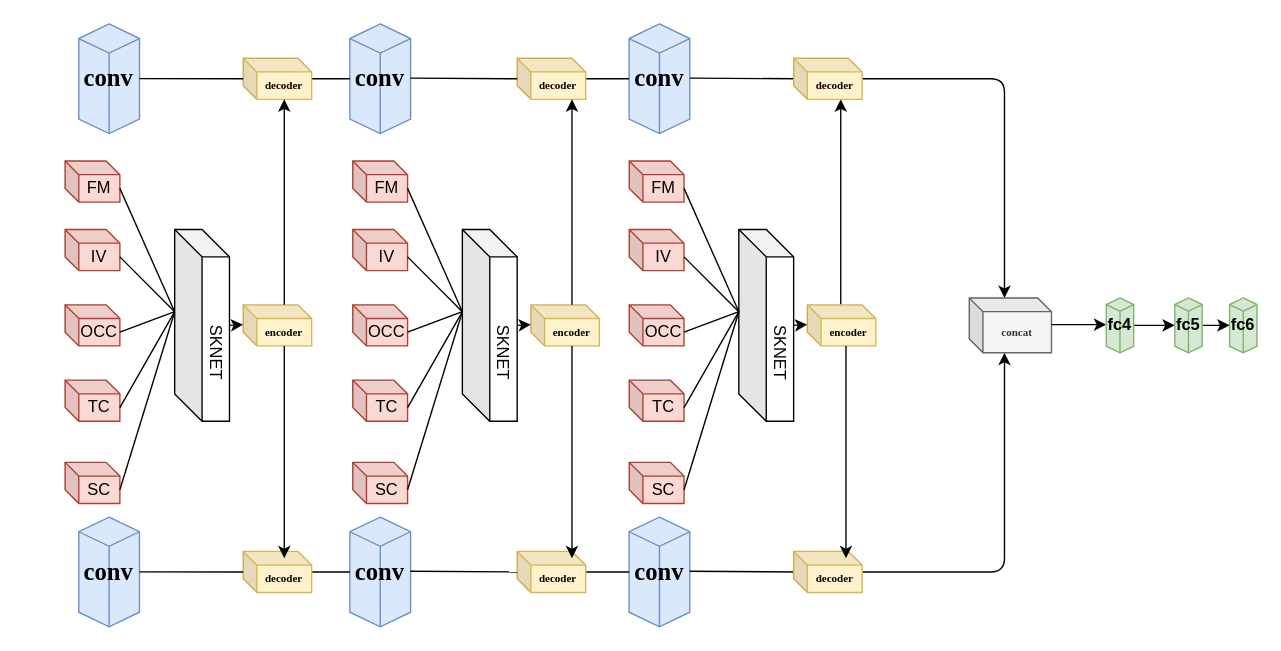
Earlier version of the draw.io diagram 一些论文/未命名绘图.drawio (yangmengmeng1997/dVectorSpeakerRecognition). Source tidied: cells renumbered, new cells numbered last; positions are measured from the earlier drawing's top-left corner, leaving out a move shared by most shapes. Both pictures are drawn from the tidied source at 137%, with x=0, y=0 at pixel (64, 23).
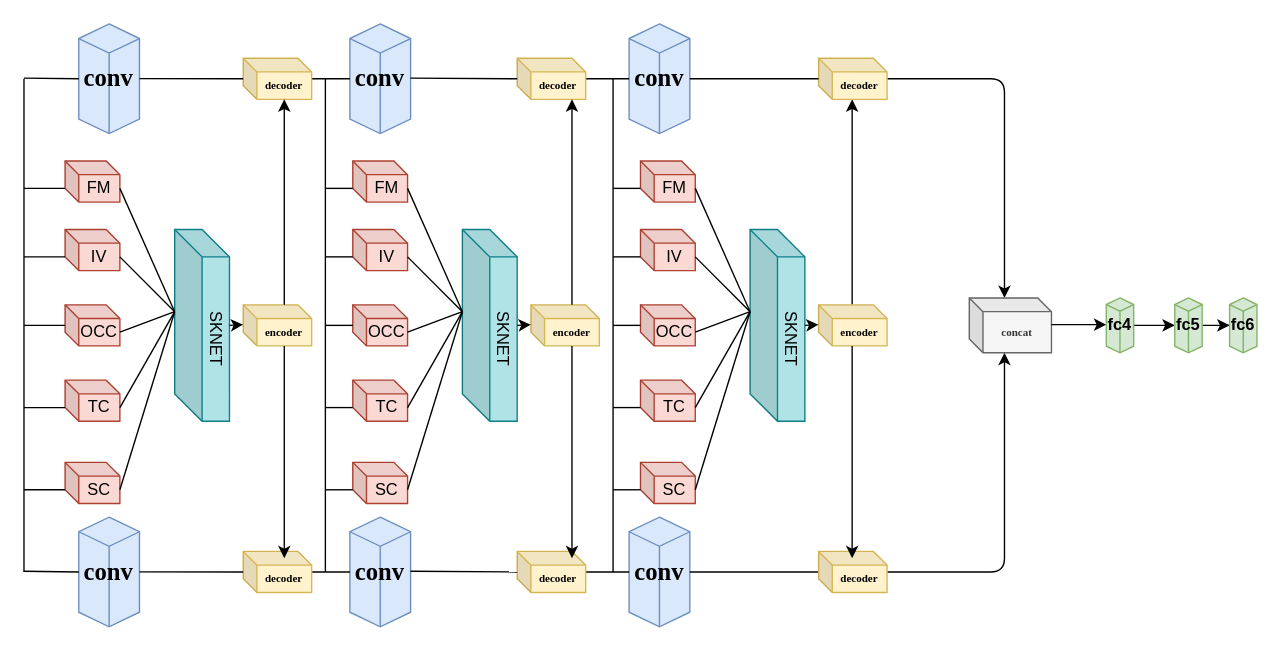
After the change.

Commit message (it also covers changes not shown here):
更新未命名绘图.drawio

The change refers to these unchanged cells:
```xml
<mxCell id="2" value="&lt;h2&gt;&lt;font face=&quot;Times New Roman&quot;&gt;conv&lt;/font&gt;&lt;/h2&gt;" style="whiteSpace=wrap;html=1;shape=mxgraph.basic.isocube;isoAngle=15;direction=east;fillColor=#dae8fc;strokeColor=#6c8ebf;" parent="1" vertex="1">
  <mxGeometry x="10" width="44.3" height="80" as="geometry" />
</mxCell>
<mxCell id="5" value="&lt;h2&gt;&lt;font face=&quot;Times New Roman&quot;&gt;conv&lt;/font&gt;&lt;/h2&gt;" style="whiteSpace=wrap;html=1;shape=mxgraph.basic.isocube;isoAngle=15;direction=east;fillColor=#dae8fc;strokeColor=#6c8ebf;" parent="1" vertex="1">
  <mxGeometry x="411.7" width="44.3" height="80" as="geometry" />
</mxCell>
<mxCell id="11" value="&lt;h2&gt;&lt;font face=&quot;Times New Roman&quot;&gt;conv&lt;/font&gt;&lt;/h2&gt;" style="whiteSpace=wrap;html=1;shape=mxgraph.basic.isocube;isoAngle=15;direction=east;fillColor=#dae8fc;strokeColor=#6c8ebf;" parent="1" vertex="1">
  <mxGeometry x="10" y="360" width="44.3" height="80" as="geometry" />
</mxCell>
<mxCell id="14" value="&lt;h2&gt;&lt;font face=&quot;Times New Roman&quot;&gt;conv&lt;/font&gt;&lt;/h2&gt;" style="whiteSpace=wrap;html=1;shape=mxgraph.basic.isocube;isoAngle=15;direction=east;fillColor=#dae8fc;strokeColor=#6c8ebf;" parent="1" vertex="1">
  <mxGeometry x="411.7" y="360" width="44.3" height="80" as="geometry" />
</mxCell>
```

What changed in the source:
```diff
@@
-    <mxCell id="34" style="shape=cube;whiteSpace=wrap;html=1;boundedLbl=1;backgroundOutline=1;darkOpacity=0.05;darkOpacity2=0.1;" parent="1" vertex="1">
+    <mxCell id="34" style="shape=cube;whiteSpace=wrap;html=1;boundedLbl=1;backgroundOutline=1;darkOpacity=0.05;darkOpacity2=0.1;fillColor=#b0e3e6;strokeColor=#0e8088;" parent="1" vertex="1">
       <mxGeometry x="80" y="150" width="40" height="140" as="geometry" />
     </mxCell>
     <mxCell id="35" value="SKNET" style="text;html=1;strokeColor=none;fillColor=none;align=center;verticalAlign=middle;whiteSpace=wrap;rounded=0;rotation=90;" parent="1" vertex="1">
-      <mxGeometry x="90" y="230" width="40" height="20" as="geometry" />
+      <mxGeometry x="90" y="220" width="40" height="20" as="geometry" />
     </mxCell>
@@
-    <mxCell id="50" style="shape=cube;whiteSpace=wrap;html=1;boundedLbl=1;backgroundOutline=1;darkOpacity=0.05;darkOpacity2=0.1;" parent="1" vertex="1">
+    <mxCell id="50" style="shape=cube;whiteSpace=wrap;html=1;boundedLbl=1;backgroundOutline=1;darkOpacity=0.05;darkOpacity2=0.1;fillColor=#b0e3e6;strokeColor=#0e8088;" parent="1" vertex="1">
       <mxGeometry x="290" y="150" width="40" height="140" as="geometry" />
     </mxCell>
     <mxCell id="51" value="SKNET" style="text;html=1;strokeColor=none;fillColor=none;align=center;verticalAlign=middle;whiteSpace=wrap;rounded=0;rotation=90;" parent="1" vertex="1">
-      <mxGeometry x="300" y="230" width="40" height="20" as="geometry" />
+      <mxGeometry x="300" y="220" width="40" height="20" as="geometry" />
     </mxCell>
@@
     <mxCell id="59" style="endArrow=classic;html=1;" parent="1" edge="1">
       <mxGeometry relative="1" as="geometry">
-        <mxPoint x="566.2" y="205" as="sourcePoint" />
-        <mxPoint x="566.2" y="55" as="targetPoint" />
+        <mxPoint x="574.5" y="205" as="sourcePoint" />
+        <mxPoint x="574.5" y="55" as="targetPoint" />
       </mxGeometry>
     </mxCell>
@@
     <mxCell id="61" value="OCC" style="shape=cube;whiteSpace=wrap;html=1;boundedLbl=1;backgroundOutline=1;darkOpacity=0.05;darkOpacity2=0.1;size=10;fillColor=#fad9d5;strokeColor=#ae4132;" parent="1" vertex="1">
-      <mxGeometry x="411.8" y="205" width="40" height="30" as="geometry" />
+      <mxGeometry x="420" y="205" width="40" height="30" as="geometry" />
     </mxCell>
     <mxCell id="62" value="TC" style="shape=cube;whiteSpace=wrap;html=1;boundedLbl=1;backgroundOutline=1;darkOpacity=0.05;darkOpacity2=0.1;size=10;fillColor=#fad9d5;strokeColor=#ae4132;" parent="1" vertex="1">
-      <mxGeometry x="411.8" y="260" width="40" height="30" as="geometry" />
+      <mxGeometry x="420" y="260" width="40" height="30" as="geometry" />
     </mxCell>
     <mxCell id="63" value="FM" style="shape=cube;whiteSpace=wrap;html=1;boundedLbl=1;backgroundOutline=1;darkOpacity=0.05;darkOpacity2=0.1;size=10;fillColor=#fad9d5;strokeColor=#ae4132;" parent="1" vertex="1">
-      <mxGeometry x="411.8" y="100" width="40" height="30" as="geometry" />
+      <mxGeometry x="420" y="100" width="40" height="30" as="geometry" />
     </mxCell>
     <mxCell id="64" value="IV" style="shape=cube;whiteSpace=wrap;html=1;boundedLbl=1;backgroundOutline=1;darkOpacity=0.05;darkOpacity2=0.1;size=10;fillColor=#fad9d5;strokeColor=#ae4132;" parent="1" vertex="1">
-      <mxGeometry x="411.8" y="150" width="40" height="30" as="geometry" />
+      <mxGeometry x="420" y="150" width="40" height="30" as="geometry" />
     </mxCell>
     <mxCell id="65" value="SC" style="shape=cube;whiteSpace=wrap;html=1;boundedLbl=1;backgroundOutline=1;darkOpacity=0.05;darkOpacity2=0.1;size=10;fillColor=#fad9d5;strokeColor=#ae4132;" parent="1" vertex="1">
-      <mxGeometry x="411.8" y="320" width="40" height="30" as="geometry" />
+      <mxGeometry x="420" y="320" width="40" height="30" as="geometry" />
     </mxCell>
-    <mxCell id="66" style="shape=cube;whiteSpace=wrap;html=1;boundedLbl=1;backgroundOutline=1;darkOpacity=0.05;darkOpacity2=0.1;" parent="1" vertex="1">
-      <mxGeometry x="491.8" y="150" width="40" height="140" as="geometry" />
+    <mxCell id="66" style="shape=cube;whiteSpace=wrap;html=1;boundedLbl=1;backgroundOutline=1;darkOpacity=0.05;darkOpacity2=0.1;fillColor=#b0e3e6;strokeColor=#0e8088;" parent="1" vertex="1">
+      <mxGeometry x="500" y="150" width="40" height="140" as="geometry" />
     </mxCell>
     <mxCell id="67" value="SKNET" style="text;html=1;strokeColor=none;fillColor=none;align=center;verticalAlign=middle;whiteSpace=wrap;rounded=0;rotation=90;" parent="1" vertex="1">
-      <mxGeometry x="501.8" y="230" width="40" height="20" as="geometry" />
+      <mxGeometry x="510" y="220" width="40" height="20" as="geometry" />
     </mxCell>
     <mxCell id="68" style="endArrow=none;html=1;entryX=0;entryY=0;entryDx=0;entryDy=60;entryPerimeter=0;" parent="1" edge="1" target="66">
       <mxGeometry relative="1" as="geometry">
-        <mxPoint x="451.8" y="120" as="sourcePoint" />
+        <mxPoint x="460" y="120" as="sourcePoint" />
       </mxGeometry>
     </mxCell>
     <mxCell id="69" style="endArrow=none;html=1;entryX=0;entryY=0;entryDx=0;entryDy=60;entryPerimeter=0;" parent="1" edge="1" target="66">
       <mxGeometry relative="1" as="geometry">
-        <mxPoint x="451.8" y="170" as="sourcePoint" />
+        <mxPoint x="460" y="170" as="sourcePoint" />
       </mxGeometry>
     </mxCell>
@@
     <mxCell id="71" style="endArrow=none;html=1;exitX=0;exitY=0;exitDx=40;exitDy=20;exitPerimeter=0;" parent="1" edge="1" source="62">
       <mxGeometry relative="1" as="geometry">
-        <mxPoint x="491.8" y="210" as="targetPoint" />
+        <mxPoint x="500" y="210" as="targetPoint" />
       </mxGeometry>
     </mxCell>
     <mxCell id="72" style="endArrow=none;html=1;" parent="1" edge="1">
       <mxGeometry relative="1" as="geometry">
-        <mxPoint x="451.8" y="340" as="sourcePoint" />
-        <mxPoint x="491.8" y="210" as="targetPoint" />
+        <mxPoint x="460" y="340" as="sourcePoint" />
+        <mxPoint x="500" y="210" as="targetPoint" />
       </mxGeometry>
     </mxCell>
     <mxCell id="73" value="&lt;h6&gt;&lt;font face=&quot;Times New Roman&quot;&gt;encoder&lt;/font&gt;&lt;/h6&gt;" style="shape=cube;whiteSpace=wrap;html=1;boundedLbl=1;backgroundOutline=1;darkOpacity=0.05;darkOpacity2=0.1;size=10;fillColor=#fff2cc;strokeColor=#d6b656;" parent="1" vertex="1">
-      <mxGeometry x="541.8" y="205" width="50" height="30" as="geometry" />
+      <mxGeometry x="550" y="205" width="50" height="30" as="geometry" />
     </mxCell>
     <mxCell id="74" style="endArrow=classic;html=1;" parent="1" edge="1">
       <mxGeometry relative="1" as="geometry">
-        <mxPoint x="531.8" y="220" as="sourcePoint" />
-        <mxPoint x="541.8" y="219.5" as="targetPoint" />
+        <mxPoint x="540" y="220" as="sourcePoint" />
+        <mxPoint x="550" y="219.5" as="targetPoint" />
       </mxGeometry>
     </mxCell>
-    <mxCell id="75" style="endArrow=none;html=1;" parent="1" edge="1">
-      <mxGeometry x="481.8" y="160.1" as="geometry">
-        <mxPoint x="456" y="39.5" as="sourcePoint" />
-        <mxPoint x="533.9" y="40" as="targetPoint" />
-      </mxGeometry>
-    </mxCell>
     <mxCell id="76" value="&lt;h6&gt;&lt;font face=&quot;Times New Roman&quot;&gt;decoder&lt;/font&gt;&lt;/h6&gt;" style="shape=cube;whiteSpace=wrap;html=1;boundedLbl=1;backgroundOutline=1;darkOpacity=0.05;darkOpacity2=0.1;size=10;fillColor=#fff2cc;strokeColor=#d6b656;" parent="1" vertex="1">
-      <mxGeometry x="531.8" y="25" width="50" height="30" as="geometry" />
+      <mxGeometry x="550" y="25" width="50" height="30" as="geometry" />
     </mxCell>
-    <mxCell id="77" style="endArrow=none;html=1;" parent="1" edge="1">
-      <mxGeometry x="481.8" y="520.1" as="geometry">
-        <mxPoint x="456" y="399.5" as="sourcePoint" />
-        <mxPoint x="533.9" y="400" as="targetPoint" />
+    <mxCell id="77" style="endArrow=none;html=1;exitX=1;exitY=0.5;exitDx=0;exitDy=0;exitPerimeter=0;" parent="1" edge="1" source="14">
+      <mxGeometry x="497.9" y="520.1" as="geometry">
+        <mxPoint x="550" y="400" as="targetPoint" />
       </mxGeometry>
     </mxCell>
     <mxCell id="78" value="&lt;h6&gt;&lt;font face=&quot;Times New Roman&quot;&gt;decoder&lt;/font&gt;&lt;/h6&gt;" style="shape=cube;whiteSpace=wrap;html=1;boundedLbl=1;backgroundOutline=1;darkOpacity=0.05;darkOpacity2=0.1;size=10;fillColor=#fff2cc;strokeColor=#d6b656;" parent="1" vertex="1">
-      <mxGeometry x="531.8" y="385" width="50" height="30" as="geometry" />
+      <mxGeometry x="550" y="385" width="50" height="30" as="geometry" />
     </mxCell>
     <mxCell id="79" style="endArrow=classic;html=1;" parent="1" edge="1">
       <mxGeometry relative="1" as="geometry">
-        <mxPoint x="570" y="235" as="sourcePoint" />
-        <mxPoint x="570" y="390" as="targetPoint" />
+        <mxPoint x="574.5" y="235" as="sourcePoint" />
+        <mxPoint x="574.5" y="390" as="targetPoint" />
       </mxGeometry>
     </mxCell>
@@
+    <mxCell id="81" style="endArrow=none;html=1;" parent="1" edge="1">
+      <mxGeometry relative="1" as="geometry">
+        <mxPoint x="-30" y="400" as="sourcePoint" />
+        <mxPoint x="-30" y="40" as="targetPoint" />
+      </mxGeometry>
+    </mxCell>
+    <mxCell id="82" style="endArrow=none;html=1;" parent="1" edge="1">
+      <mxGeometry relative="1" as="geometry">
+        <mxPoint x="190" y="400" as="sourcePoint" />
+        <mxPoint x="190" y="40" as="targetPoint" />
+      </mxGeometry>
+    </mxCell>
+    <mxCell id="83" style="endArrow=none;html=1;" parent="1" edge="1">
+      <mxGeometry relative="1" as="geometry">
+        <mxPoint x="400" y="400" as="sourcePoint" />
+        <mxPoint x="400" y="40" as="targetPoint" />
+      </mxGeometry>
+    </mxCell>
+    <mxCell id="84" style="endArrow=none;html=1;entryX=0;entryY=0.5;entryDx=0;entryDy=0;entryPerimeter=0;" parent="1" edge="1" target="2">
+      <mxGeometry relative="1" as="geometry">
+        <mxPoint x="-30" y="39.5" as="sourcePoint" />
+      </mxGeometry>
+    </mxCell>
+    <mxCell id="85" style="endArrow=none;html=1;" parent="1" edge="1">
+      <mxGeometry relative="1" as="geometry">
+        <mxPoint x="-30" y="170" as="sourcePoint" />
+        <mxPoint y="170" as="targetPoint" />
+      </mxGeometry>
+    </mxCell>
+    <mxCell id="86" style="endArrow=none;html=1;" parent="1" edge="1">
+      <mxGeometry relative="1" as="geometry">
+        <mxPoint x="-30" y="120" as="sourcePoint" />
+        <mxPoint y="120" as="targetPoint" />
+      </mxGeometry>
+    </mxCell>
+    <mxCell id="87" style="endArrow=none;html=1;" parent="1" edge="1">
+      <mxGeometry relative="1" as="geometry">
+        <mxPoint x="-30" y="220" as="sourcePoint" />
+        <mxPoint y="220" as="targetPoint" />
+      </mxGeometry>
+    </mxCell>
+    <mxCell id="88" style="endArrow=none;html=1;" parent="1" edge="1">
+      <mxGeometry relative="1" as="geometry">
+        <mxPoint x="-30" y="280" as="sourcePoint" />
+        <mxPoint y="280" as="targetPoint" />
+      </mxGeometry>
+    </mxCell>
+    <mxCell id="89" style="endArrow=none;html=1;" parent="1" edge="1">
+      <mxGeometry relative="1" as="geometry">
+        <mxPoint x="-30" y="340" as="sourcePoint" />
+        <mxPoint y="340" as="targetPoint" />
+      </mxGeometry>
+    </mxCell>
+    <mxCell id="90" style="endArrow=none;html=1;entryX=0;entryY=0.5;entryDx=0;entryDy=0;entryPerimeter=0;" parent="1" edge="1" target="11">
+      <mxGeometry relative="1" as="geometry">
+        <mxPoint x="-30" y="399.5" as="sourcePoint" />
+      </mxGeometry>
+    </mxCell>
+    <mxCell id="91" style="endArrow=none;html=1;" parent="1" edge="1">
+      <mxGeometry relative="1" as="geometry">
+        <mxPoint x="190" y="120" as="sourcePoint" />
+        <mxPoint x="210" y="120" as="targetPoint" />
+      </mxGeometry>
+    </mxCell>
+    <mxCell id="92" style="endArrow=none;html=1;" parent="1" edge="1">
+      <mxGeometry relative="1" as="geometry">
+        <mxPoint x="190" y="170" as="sourcePoint" />
+        <mxPoint x="210" y="170" as="targetPoint" />
+      </mxGeometry>
+    </mxCell>
+    <mxCell id="93" style="endArrow=none;html=1;" parent="1" edge="1">
+      <mxGeometry relative="1" as="geometry">
+        <mxPoint x="190" y="220" as="sourcePoint" />
+        <mxPoint x="210" y="220" as="targetPoint" />
+      </mxGeometry>
+    </mxCell>
+    <mxCell id="94" style="endArrow=none;html=1;" parent="1" edge="1">
+      <mxGeometry relative="1" as="geometry">
+        <mxPoint x="190" y="340" as="sourcePoint" />
+        <mxPoint x="210" y="340" as="targetPoint" />
+      </mxGeometry>
+    </mxCell>
+    <mxCell id="95" style="endArrow=none;html=1;exitX=1;exitY=0.5;exitDx=0;exitDy=0;exitPerimeter=0;" parent="1" edge="1" source="5">
+      <mxGeometry x="497.9" y="160.1" as="geometry">
+        <mxPoint x="550" y="40" as="targetPoint" />
+      </mxGeometry>
+    </mxCell>
+    <mxCell id="96" style="endArrow=none;html=1;" parent="1" edge="1">
+      <mxGeometry relative="1" as="geometry">
+        <mxPoint x="400" y="120" as="sourcePoint" />
+        <mxPoint x="420" y="120" as="targetPoint" />
+      </mxGeometry>
+    </mxCell>
+    <mxCell id="97" style="endArrow=none;html=1;" parent="1" edge="1">
+      <mxGeometry relative="1" as="geometry">
+        <mxPoint x="400" y="170" as="sourcePoint" />
+        <mxPoint x="420" y="170" as="targetPoint" />
+      </mxGeometry>
+    </mxCell>
+    <mxCell id="98" style="endArrow=none;html=1;" parent="1" edge="1">
+      <mxGeometry relative="1" as="geometry">
+        <mxPoint x="400" y="220" as="sourcePoint" />
+        <mxPoint x="420" y="220" as="targetPoint" />
+      </mxGeometry>
+    </mxCell>
+    <mxCell id="99" style="endArrow=none;html=1;" parent="1" edge="1">
+      <mxGeometry relative="1" as="geometry">
+        <mxPoint x="400" y="280" as="sourcePoint" />
+        <mxPoint x="420" y="280" as="targetPoint" />
+      </mxGeometry>
+    </mxCell>
+    <mxCell id="100" style="endArrow=none;html=1;" parent="1" edge="1">
+      <mxGeometry relative="1" as="geometry">
+        <mxPoint x="400" y="340" as="sourcePoint" />
+        <mxPoint x="420" y="340" as="targetPoint" />
+      </mxGeometry>
+    </mxCell>
+    <mxCell id="101" style="endArrow=none;html=1;" parent="1" edge="1">
+      <mxGeometry relative="1" as="geometry">
+        <mxPoint x="190" y="280" as="sourcePoint" />
+        <mxPoint x="210" y="280" as="targetPoint" />
+      </mxGeometry>
+    </mxCell>
```
